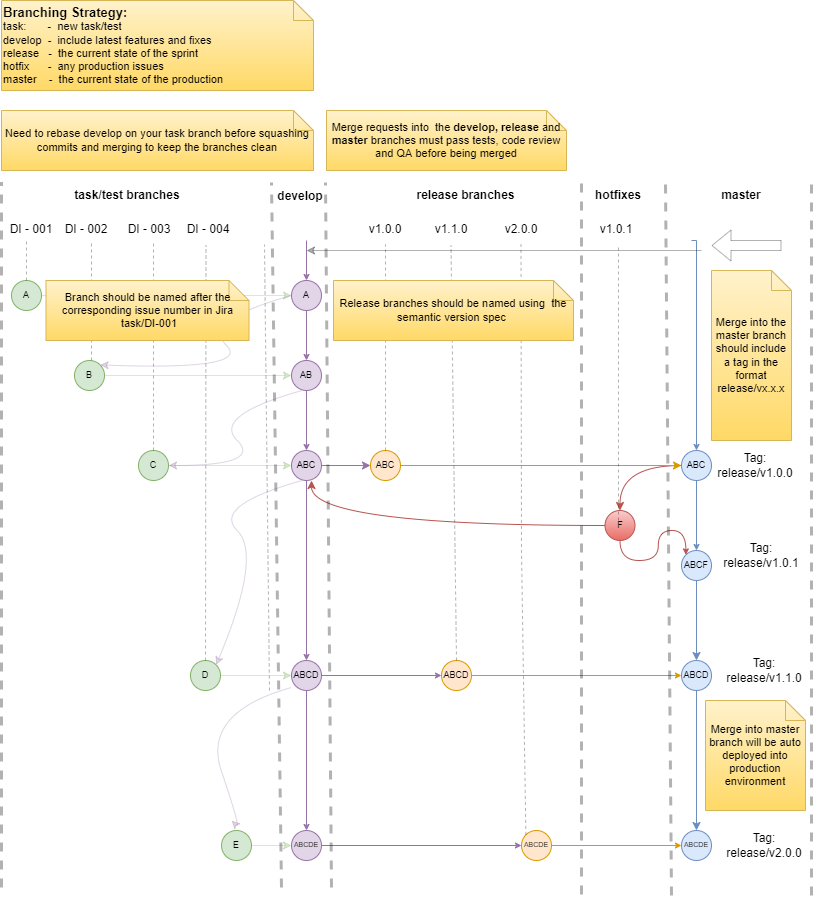
nhsd-exeter/dos-integration keeps this draw.io diagram as documentation/diagrams/DoS Integration-GitHub.drawio.png. Above is the earlier version. Source tidied: cells renumbered, new cells last; positions are measured from the earlier drawing's top-left corner, leaving out a move shared by most shapes.
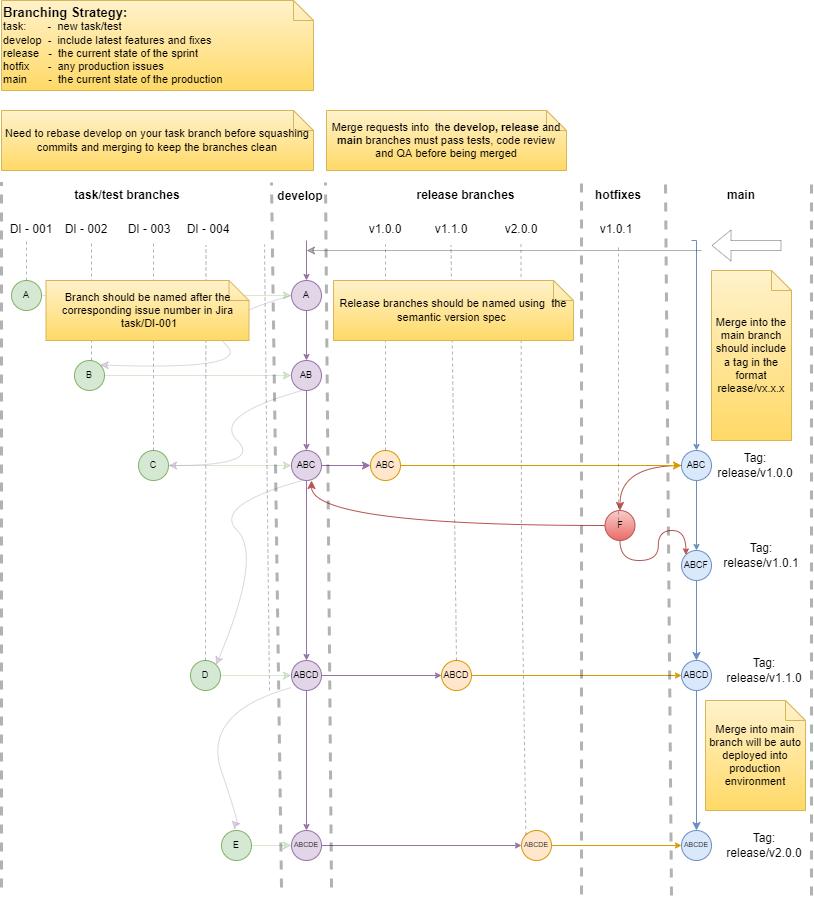
After the commit.

Commit message:
Rename master to main in diagram and confluence

Change to the diagram source:
```diff
@@ -278,19 +278,19 @@
     <mxCell id="72" value="Release branches should be named using&amp;nbsp; the semantic version spec&amp;nbsp;" style="shape=note;size=20;whiteSpace=wrap;html=1;rounded=0;shadow=0;glass=1;sketch=0;fontFamily=Helvetica;fontSize=11;strokeColor=#d6b656;fillColor=#fff2cc;gradientColor=#ffd966;" parent="1" vertex="1">
       <mxGeometry x="332" y="280" width="240" height="60" as="geometry" />
     </mxCell>
-    <mxCell id="73" value="Merge requests into&amp;nbsp; the &lt;b&gt;develop, release&lt;/b&gt; and &lt;b&gt;master &lt;/b&gt;branches must pass tests, code review and QA before being merged" style="shape=note;size=20;whiteSpace=wrap;html=1;rounded=0;shadow=0;glass=1;sketch=0;fontFamily=Helvetica;fontSize=11;strokeColor=#d6b656;fillColor=#fff2cc;gradientColor=#ffd966;" parent="1" vertex="1">
+    <mxCell id="73" value="Merge requests into&amp;nbsp; the &lt;b&gt;develop, release&lt;/b&gt; and &lt;b&gt;main&amp;nbsp;&lt;/b&gt;branches must pass tests, code review and QA before being merged" style="shape=note;size=20;whiteSpace=wrap;html=1;rounded=0;shadow=0;glass=1;sketch=0;fontFamily=Helvetica;fontSize=11;strokeColor=#d6b656;fillColor=#fff2cc;gradientColor=#ffd966;" parent="1" vertex="1">
       <mxGeometry x="325" y="110" width="240" height="60" as="geometry" />
     </mxCell>
-    <mxCell id="74" value="Merge into the master branch should include a tag in the format&lt;br&gt;release/vx.x.x" style="shape=note;size=20;whiteSpace=wrap;html=1;rounded=0;shadow=0;glass=1;sketch=0;fontFamily=Helvetica;fontSize=11;strokeColor=#d6b656;fillColor=#fff2cc;gradientColor=#ffd966;" parent="1" vertex="1">
+    <mxCell id="74" value="Merge into the main branch should include a tag in the format&lt;br&gt;release/vx.x.x" style="shape=note;size=20;whiteSpace=wrap;html=1;rounded=0;shadow=0;glass=1;sketch=0;fontFamily=Helvetica;fontSize=11;strokeColor=#d6b656;fillColor=#fff2cc;gradientColor=#ffd966;" parent="1" vertex="1">
       <mxGeometry x="710" y="270" width="80" height="170" as="geometry" />
     </mxCell>
     <mxCell id="75" value="Branch should be named after the corresponding issue number in Jira&lt;br&gt;&amp;nbsp;task/DI-001" style="shape=note;size=20;whiteSpace=wrap;html=1;rounded=0;shadow=0;glass=1;sketch=0;fontFamily=Helvetica;fontSize=11;strokeColor=#d6b656;fillColor=#fff2cc;gradientColor=#ffd966;" parent="1" vertex="1">
       <mxGeometry x="44.5" y="280" width="203" height="60" as="geometry" />
     </mxCell>
-    <mxCell id="76" value="&lt;font style=&quot;font-weight: bold; font-size: 13px;&quot;&gt;Branching Strategy:&lt;br&gt;&lt;/font&gt;task:&amp;nbsp; &amp;nbsp; &amp;nbsp; &amp;nbsp;-&amp;nbsp; new task/test&lt;br&gt;develop&amp;nbsp; -&amp;nbsp; include latest features and fixes&lt;br&gt;release&amp;nbsp; &amp;nbsp;-&amp;nbsp; the current state of the sprint&lt;br&gt;hotfix&amp;nbsp; &amp;nbsp; &amp;nbsp; -&amp;nbsp; any production issues&lt;br&gt;master&amp;nbsp; &amp;nbsp; -&amp;nbsp; the current state of the production" style="shape=note;size=20;whiteSpace=wrap;html=1;rounded=0;shadow=0;glass=1;sketch=0;fontFamily=Helvetica;fontSize=11;strokeColor=#d6b656;fillColor=#fff2cc;gradientColor=#ffd966;align=left;" parent="1" vertex="1">
+    <mxCell id="76" value="&lt;font style=&quot;font-weight: bold; font-size: 13px;&quot;&gt;Branching Strategy:&lt;br&gt;&lt;/font&gt;task:&amp;nbsp; &amp;nbsp; &amp;nbsp; &amp;nbsp;-&amp;nbsp; new task/test&lt;br&gt;develop&amp;nbsp; -&amp;nbsp; include latest features and fixes&lt;br&gt;release&amp;nbsp; &amp;nbsp;-&amp;nbsp; the current state of the sprint&lt;br&gt;hotfix&amp;nbsp; &amp;nbsp; &amp;nbsp; -&amp;nbsp; any production issues&lt;br&gt;main&amp;nbsp; &amp;nbsp; &amp;nbsp; &amp;nbsp;-&amp;nbsp; the current state of the production" style="shape=note;size=20;whiteSpace=wrap;html=1;rounded=0;shadow=0;glass=1;sketch=0;fontFamily=Helvetica;fontSize=11;strokeColor=#d6b656;fillColor=#fff2cc;gradientColor=#ffd966;align=left;" parent="1" vertex="1">
       <mxGeometry width="312" height="90" as="geometry" />
     </mxCell>
-    <mxCell id="77" value="Merge into master branch will be auto deployed into production environment" style="shape=note;size=20;whiteSpace=wrap;html=1;rounded=0;shadow=0;glass=1;sketch=0;fontFamily=Helvetica;fontSize=11;strokeColor=#d6b656;fillColor=#fff2cc;gradientColor=#ffd966;" parent="1" vertex="1">
+    <mxCell id="77" value="Merge into main branch will be auto deployed into production environment" style="shape=note;size=20;whiteSpace=wrap;html=1;rounded=0;shadow=0;glass=1;sketch=0;fontFamily=Helvetica;fontSize=11;strokeColor=#d6b656;fillColor=#fff2cc;gradientColor=#ffd966;" parent="1" vertex="1">
       <mxGeometry x="704" y="700" width="100" height="110" as="geometry" />
     </mxCell>
     <mxCell id="78" style="endArrow=none;dashed=1;html=1;strokeWidth=3;rounded=0;labelBackgroundColor=default;fontFamily=Helvetica;fontSize=13;fontColor=#000000;opacity=30;jumpStyle=none;jumpSize=4;" parent="1" edge="1">
@@ -329,7 +329,7 @@
         <mxPoint x="810" y="180" as="targetPoint" />
       </mxGeometry>
     </mxCell>
-    <mxCell id="84" value="&lt;b&gt;master&lt;/b&gt;" style="text;html=1;strokeColor=none;fillColor=none;align=center;verticalAlign=middle;whiteSpace=wrap;rounded=0;" parent="1" vertex="1">
+    <mxCell id="84" value="&lt;b&gt;main&lt;/b&gt;" style="text;html=1;strokeColor=none;fillColor=none;align=center;verticalAlign=middle;whiteSpace=wrap;rounded=0;" parent="1" vertex="1">
       <mxGeometry x="710" y="180" width="60" height="30" as="geometry" />
     </mxCell>
     <mxCell id="85" value="&lt;b&gt;develop&lt;/b&gt;" style="text;html=1;strokeColor=none;fillColor=none;align=center;verticalAlign=middle;whiteSpace=wrap;rounded=0;" parent="1" vertex="1">
```
